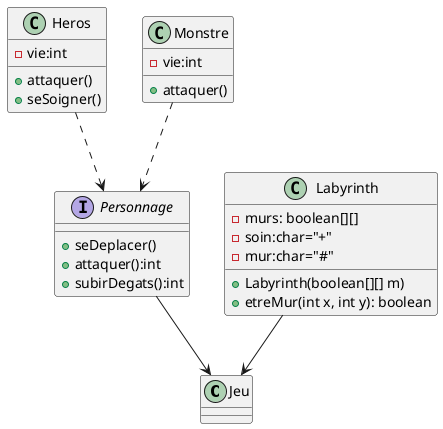
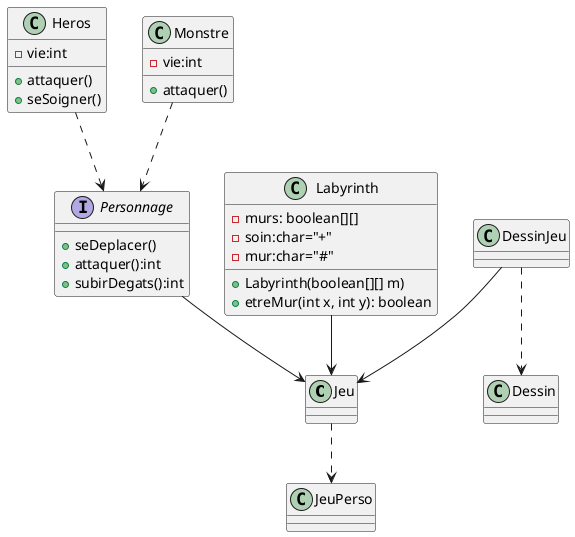
@startuml
'https://plantuml.com/class-diagram

class Jeu

interface Personnage{
+seDeplacer()
+attaquer():int
+subirDegats():int
}
class Heros{
-vie:int
+attaquer()
+seSoigner()
}
class Monstre{
-vie:int
+attaquer()
}

class Labyrinth{
-murs: boolean[][]
-soin:char="+"
-mur:char="#"
+Labyrinth(boolean[][] m)
+etreMur(int x, int y): boolean
}

+ class Dessin{
+ }
+ 
+ class JeuPerso{
+ }
+ 
+ class DessinJeu{
+ }

Heros ..> Personnage
Monstre ..> Personnage
Personnage --> Jeu
Labyrinth --> Jeu
+ DessinJeu --> Jeu
+ DessinJeu ..> Dessin
+ Jeu ..> JeuPerso



@enduml